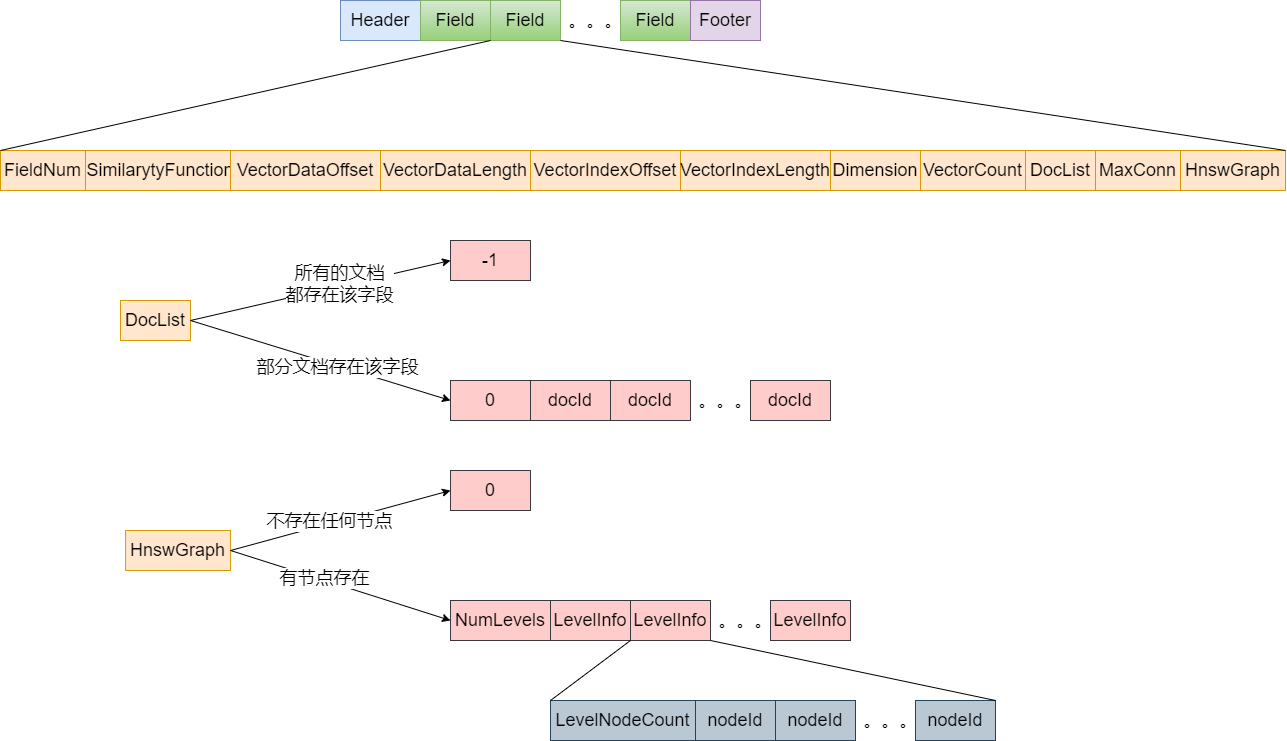
The draw.io diagram .settings/vem向量元信息文件结构.drawio.png in zjcDM/MRMD, before a commit. Source tidied: cells renumbered, new cells last; positions are measured from the earlier drawing's top-left corner, leaving out a move shared by most shapes. The source it was exported from:
```xml
<mxGraphModel>
  <root>
    <mxCell id="0" />
    <mxCell id="1" parent="0" />
    <mxCell id="2" value="&lt;font style=&quot;font-size: 18px&quot;&gt;0&lt;/font&gt;" style="rounded=0;whiteSpace=wrap;html=1;fillColor=#ffcccc;strokeColor=#36393d;" parent="1" vertex="1">
      <mxGeometry x="450" y="380" width="80" height="40" as="geometry" />
    </mxCell>
    <mxCell id="3" value="&lt;font style=&quot;font-size: 18px&quot;&gt;Dimension&lt;/font&gt;" style="rounded=0;whiteSpace=wrap;html=1;fillColor=#ffe6cc;strokeColor=#d79b00;" parent="1" vertex="1">
      <mxGeometry x="830" y="150" width="90" height="40" as="geometry" />
    </mxCell>
    <mxCell id="4" value="&lt;span style=&quot;font-size: 18px&quot;&gt;VectorCount&lt;/span&gt;" style="rounded=0;whiteSpace=wrap;html=1;fillColor=#ffe6cc;strokeColor=#d79b00;" parent="1" vertex="1">
      <mxGeometry x="920" y="150" width="105" height="40" as="geometry" />
    </mxCell>
    <mxCell id="5" value="&lt;font style=&quot;font-size: 18px&quot;&gt;Header&lt;/font&gt;" style="rounded=0;whiteSpace=wrap;html=1;fillColor=#dae8fc;strokeColor=#6c8ebf;" parent="1" vertex="1">
      <mxGeometry x="340" width="80" height="40" as="geometry" />
    </mxCell>
    <mxCell id="6" value="&lt;font style=&quot;font-size: 18px&quot;&gt;FieldNum&lt;/font&gt;" style="rounded=0;whiteSpace=wrap;html=1;fillColor=#ffe6cc;strokeColor=#d79b00;" parent="1" vertex="1">
      <mxGeometry y="150" width="85" height="40" as="geometry" />
    </mxCell>
    <mxCell id="7" value="&lt;font style=&quot;font-size: 18px&quot;&gt;SimilarytyFunction&lt;/font&gt;" style="rounded=0;whiteSpace=wrap;html=1;fillColor=#ffe6cc;strokeColor=#d79b00;" parent="1" vertex="1">
      <mxGeometry x="85" y="150" width="150" height="40" as="geometry" />
    </mxCell>
    <mxCell id="8" value="&lt;font style=&quot;font-size: 18px&quot;&gt;Field&lt;/font&gt;" style="rounded=0;whiteSpace=wrap;html=1;fillColor=#d5e8d4;strokeColor=#82b366;gradientColor=#97d077;" parent="1" vertex="1">
      <mxGeometry x="420" width="70" height="40" as="geometry" />
    </mxCell>
    <mxCell id="9" value="&lt;font style=&quot;font-size: 18px&quot;&gt;Field&lt;/font&gt;" style="rounded=0;whiteSpace=wrap;html=1;fillColor=#d5e8d4;strokeColor=#82b366;gradientColor=#97d077;" parent="1" vertex="1">
      <mxGeometry x="490" width="70" height="40" as="geometry" />
    </mxCell>
    <mxCell id="10" value="&lt;font style=&quot;font-size: 18px&quot;&gt;Field&lt;/font&gt;" style="rounded=0;whiteSpace=wrap;html=1;fillColor=#d5e8d4;strokeColor=#82b366;gradientColor=#97d077;" parent="1" vertex="1">
      <mxGeometry x="620" width="70" height="40" as="geometry" />
    </mxCell>
    <mxCell id="11" value="&lt;font style=&quot;font-size: 18px&quot;&gt;。。。&lt;/font&gt;" style="text;html=1;align=center;verticalAlign=middle;strokeColor=none;fillColor=none;" parent="1" vertex="1">
      <mxGeometry x="560" y="10" width="70" height="20" as="geometry" />
    </mxCell>
    <mxCell id="12" value="&lt;font style=&quot;font-size: 18px&quot;&gt;Footer&lt;/font&gt;" style="rounded=0;whiteSpace=wrap;html=1;fillColor=#e1d5e7;strokeColor=#9673a6;" parent="1" vertex="1">
      <mxGeometry x="690" width="70" height="40" as="geometry" />
    </mxCell>
    <mxCell id="13" value="&lt;span style=&quot;font-size: 18px&quot;&gt;VectorDataOffset&lt;/span&gt;" style="rounded=0;whiteSpace=wrap;html=1;fillColor=#ffe6cc;strokeColor=#d79b00;" parent="1" vertex="1">
      <mxGeometry x="230" y="150" width="150" height="40" as="geometry" />
    </mxCell>
    <mxCell id="14" value="&lt;span style=&quot;font-size: 18px&quot;&gt;VectorDataLength&lt;/span&gt;" style="rounded=0;whiteSpace=wrap;html=1;fillColor=#ffe6cc;strokeColor=#d79b00;" parent="1" vertex="1">
      <mxGeometry x="380" y="150" width="150" height="40" as="geometry" />
    </mxCell>
    <mxCell id="15" value="&lt;span style=&quot;font-size: 18px&quot;&gt;VectorIndexOffset&lt;/span&gt;" style="rounded=0;whiteSpace=wrap;html=1;fillColor=#ffe6cc;strokeColor=#d79b00;" parent="1" vertex="1">
      <mxGeometry x="530" y="150" width="150" height="40" as="geometry" />
    </mxCell>
    <mxCell id="16" value="&lt;span style=&quot;font-size: 18px&quot;&gt;VectorIndexLength&lt;/span&gt;" style="rounded=0;whiteSpace=wrap;html=1;fillColor=#ffe6cc;strokeColor=#d79b00;" parent="1" vertex="1">
      <mxGeometry x="680" y="150" width="150" height="40" as="geometry" />
    </mxCell>
    <mxCell id="17" value="&lt;span style=&quot;font-size: 18px&quot;&gt;DocList&lt;/span&gt;" style="rounded=0;whiteSpace=wrap;html=1;fillColor=#ffe6cc;strokeColor=#d79b00;" parent="1" vertex="1">
      <mxGeometry x="1025" y="150" width="70" height="40" as="geometry" />
    </mxCell>
    <mxCell id="18" value="&lt;font style=&quot;font-size: 18px&quot;&gt;docId&lt;/font&gt;" style="rounded=0;whiteSpace=wrap;html=1;fillColor=#ffcccc;strokeColor=#36393d;" parent="1" vertex="1">
      <mxGeometry x="530" y="380" width="80" height="40" as="geometry" />
    </mxCell>
    <mxCell id="19" value="&lt;span style=&quot;font-size: 18px&quot;&gt;MaxConn&lt;/span&gt;" style="rounded=0;whiteSpace=wrap;html=1;fillColor=#ffe6cc;strokeColor=#d79b00;" parent="1" vertex="1">
      <mxGeometry x="1095" y="150" width="85" height="40" as="geometry" />
    </mxCell>
    <mxCell id="20" value="&lt;span style=&quot;font-size: 18px&quot;&gt;HnswGraph&lt;/span&gt;" style="rounded=0;whiteSpace=wrap;html=1;fillColor=#ffe6cc;strokeColor=#d79b00;" parent="1" vertex="1">
      <mxGeometry x="1180" y="150" width="105" height="40" as="geometry" />
    </mxCell>
    <mxCell id="21" style="endArrow=none;html=1;rounded=0;fontSize=18;exitX=0;exitY=0;exitDx=0;exitDy=0;" parent="1" edge="1" source="6">
      <mxGeometry relative="1" as="geometry">
        <mxPoint x="490" y="40" as="targetPoint" />
      </mxGeometry>
    </mxCell>
    <mxCell id="22" style="endArrow=none;html=1;rounded=0;fontSize=18;exitX=1;exitY=0;exitDx=0;exitDy=0;" parent="1" edge="1" source="20">
      <mxGeometry relative="1" as="geometry">
        <mxPoint x="560" y="40" as="targetPoint" />
      </mxGeometry>
    </mxCell>
    <mxCell id="23" value="&lt;font style=&quot;font-size: 18px&quot;&gt;-1&lt;/font&gt;" style="rounded=0;whiteSpace=wrap;html=1;fillColor=#ffcccc;strokeColor=#36393d;" parent="1" vertex="1">
      <mxGeometry x="450" y="240" width="80" height="40" as="geometry" />
    </mxCell>
    <mxCell id="24" value="&lt;font style=&quot;font-size: 18px&quot;&gt;docId&lt;/font&gt;" style="rounded=0;whiteSpace=wrap;html=1;fillColor=#ffcccc;strokeColor=#36393d;" parent="1" vertex="1">
      <mxGeometry x="610" y="380" width="80" height="40" as="geometry" />
    </mxCell>
    <mxCell id="25" value="&lt;font style=&quot;font-size: 18px&quot;&gt;docId&lt;/font&gt;" style="rounded=0;whiteSpace=wrap;html=1;fillColor=#ffcccc;strokeColor=#36393d;" parent="1" vertex="1">
      <mxGeometry x="750" y="380" width="80" height="40" as="geometry" />
    </mxCell>
    <mxCell id="26" value="&lt;font style=&quot;font-size: 18px&quot;&gt;。。。&lt;/font&gt;" style="text;html=1;align=center;verticalAlign=middle;strokeColor=none;fillColor=none;" parent="1" vertex="1">
      <mxGeometry x="690" y="390" width="70" height="20" as="geometry" />
    </mxCell>
    <mxCell id="27" value="&lt;font style=&quot;font-size: 18px&quot;&gt;NumLevels&lt;/font&gt;" style="rounded=0;whiteSpace=wrap;html=1;fillColor=#ffcccc;strokeColor=#36393d;" parent="1" vertex="1">
      <mxGeometry x="450" y="600" width="100" height="40" as="geometry" />
    </mxCell>
    <mxCell id="28" value="&lt;font style=&quot;font-size: 18px&quot;&gt;LevelInfo&lt;/font&gt;" style="rounded=0;whiteSpace=wrap;html=1;fillColor=#ffcccc;strokeColor=#36393d;" parent="1" vertex="1">
      <mxGeometry x="550" y="600" width="80" height="40" as="geometry" />
    </mxCell>
    <mxCell id="29" value="&lt;font style=&quot;font-size: 18px&quot;&gt;0&lt;/font&gt;" style="rounded=0;whiteSpace=wrap;html=1;fillColor=#ffcccc;strokeColor=#36393d;" parent="1" vertex="1">
      <mxGeometry x="450" y="470" width="80" height="40" as="geometry" />
    </mxCell>
    <mxCell id="30" value="&lt;font style=&quot;font-size: 18px&quot;&gt;。。。&lt;/font&gt;" style="text;html=1;align=center;verticalAlign=middle;strokeColor=none;fillColor=none;" parent="1" vertex="1">
      <mxGeometry x="710" y="610" width="70" height="20" as="geometry" />
    </mxCell>
    <mxCell id="31" value="&lt;font style=&quot;font-size: 18px&quot;&gt;LevelInfo&lt;/font&gt;" style="rounded=0;whiteSpace=wrap;html=1;fillColor=#ffcccc;strokeColor=#36393d;" parent="1" vertex="1">
      <mxGeometry x="630" y="600" width="80" height="40" as="geometry" />
    </mxCell>
    <mxCell id="32" value="&lt;font style=&quot;font-size: 18px&quot;&gt;LevelInfo&lt;/font&gt;" style="rounded=0;whiteSpace=wrap;html=1;fillColor=#ffcccc;strokeColor=#36393d;" parent="1" vertex="1">
      <mxGeometry x="770" y="600" width="80" height="40" as="geometry" />
    </mxCell>
    <mxCell id="33" value="&lt;span style=&quot;font-size: 18px&quot;&gt;DocList&lt;/span&gt;" style="rounded=0;whiteSpace=wrap;html=1;fillColor=#ffe6cc;strokeColor=#d79b00;" parent="1" vertex="1">
      <mxGeometry x="120" y="300" width="70" height="40" as="geometry" />
    </mxCell>
    <mxCell id="34" value="&lt;span style=&quot;font-size: 18px&quot;&gt;HnswGraph&lt;/span&gt;" style="rounded=0;whiteSpace=wrap;html=1;fillColor=#ffe6cc;strokeColor=#d79b00;" parent="1" vertex="1">
      <mxGeometry x="125.1" y="530" width="105" height="40" as="geometry" />
    </mxCell>
    <mxCell id="35" style="endArrow=classic;html=1;rounded=0;fontSize=18;entryX=0;entryY=0.5;entryDx=0;entryDy=0;" parent="1" edge="1" target="23">
      <mxGeometry relative="1" as="geometry">
        <mxPoint x="190" y="320" as="sourcePoint" />
      </mxGeometry>
    </mxCell>
    <mxCell id="36" value="所有的文档&lt;br&gt;都存在该字段" style="edgeLabel;html=1;align=center;verticalAlign=middle;fontSize=18;" parent="35" vertex="1">
      <mxGeometry x="0.15" y="2" relative="1" as="geometry" />
    </mxCell>
    <mxCell id="37" style="endArrow=classic;html=1;rounded=0;fontSize=18;entryX=0;entryY=0.5;entryDx=0;entryDy=0;" parent="1" edge="1" target="2">
      <mxGeometry relative="1" as="geometry">
        <mxPoint x="190" y="320" as="sourcePoint" />
      </mxGeometry>
    </mxCell>
    <mxCell id="38" value="部分文档存在该字段" style="edgeLabel;html=1;align=center;verticalAlign=middle;fontSize=18;" parent="37" vertex="1">
      <mxGeometry x="0.13" y="-1" relative="1" as="geometry" />
    </mxCell>
    <mxCell id="39" style="endArrow=classic;html=1;rounded=0;fontSize=18;entryX=0;entryY=0.5;entryDx=0;entryDy=0;" parent="1" edge="1" target="29">
      <mxGeometry relative="1" as="geometry">
        <mxPoint x="230.1" y="550" as="sourcePoint" />
      </mxGeometry>
    </mxCell>
    <mxCell id="40" value="不存在任何节点" style="edgeLabel;html=1;align=center;verticalAlign=middle;fontSize=18;" parent="39" vertex="1">
      <mxGeometry x="-0.1" y="2" relative="1" as="geometry" />
    </mxCell>
    <mxCell id="41" style="endArrow=classic;html=1;rounded=0;fontSize=18;entryX=0;entryY=0.5;entryDx=0;entryDy=0;" parent="1" edge="1" target="27">
      <mxGeometry relative="1" as="geometry">
        <mxPoint x="230.1" y="550" as="sourcePoint" />
      </mxGeometry>
    </mxCell>
    <mxCell id="42" value="有节点存在" style="edgeLabel;html=1;align=center;verticalAlign=middle;fontSize=18;" parent="41" vertex="1">
      <mxGeometry x="-0.16" y="2" relative="1" as="geometry" />
    </mxCell>
    <mxCell id="43" value="&lt;font style=&quot;font-size: 18px&quot;&gt;LevelNodeCount&lt;/font&gt;" style="rounded=0;whiteSpace=wrap;html=1;fillColor=#bac8d3;strokeColor=#23445d;" parent="1" vertex="1">
      <mxGeometry x="550" y="700" width="145" height="40" as="geometry" />
    </mxCell>
    <mxCell id="44" value="&lt;font style=&quot;font-size: 18px&quot;&gt;nodeId&lt;/font&gt;" style="rounded=0;whiteSpace=wrap;html=1;fillColor=#bac8d3;strokeColor=#23445d;" parent="1" vertex="1">
      <mxGeometry x="695" y="700" width="80" height="40" as="geometry" />
    </mxCell>
    <mxCell id="45" value="&lt;span style=&quot;font-size: 18px&quot;&gt;nodeId&lt;/span&gt;" style="rounded=0;whiteSpace=wrap;html=1;fillColor=#bac8d3;strokeColor=#23445d;" parent="1" vertex="1">
      <mxGeometry x="775" y="700" width="80" height="40" as="geometry" />
    </mxCell>
    <mxCell id="46" value="&lt;span style=&quot;font-size: 18px&quot;&gt;nodeId&lt;/span&gt;" style="rounded=0;whiteSpace=wrap;html=1;fillColor=#bac8d3;strokeColor=#23445d;" parent="1" vertex="1">
      <mxGeometry x="915" y="700" width="80" height="40" as="geometry" />
    </mxCell>
    <mxCell id="47" value="&lt;font style=&quot;font-size: 18px&quot;&gt;。。。&lt;/font&gt;" style="text;html=1;align=center;verticalAlign=middle;strokeColor=none;fillColor=none;" parent="1" vertex="1">
      <mxGeometry x="855" y="710" width="70" height="20" as="geometry" />
    </mxCell>
    <mxCell id="48" style="endArrow=none;html=1;rounded=0;fontSize=18;exitX=0;exitY=0;exitDx=0;exitDy=0;" parent="1" edge="1" source="43">
      <mxGeometry relative="1" as="geometry">
        <mxPoint x="630" y="640" as="targetPoint" />
      </mxGeometry>
    </mxCell>
    <mxCell id="49" style="endArrow=none;html=1;rounded=0;fontSize=18;exitX=1;exitY=0;exitDx=0;exitDy=0;" parent="1" edge="1" source="46">
      <mxGeometry relative="1" as="geometry">
        <mxPoint x="710" y="640" as="targetPoint" />
      </mxGeometry>
    </mxCell>
  </root>
</mxGraphModel>
```
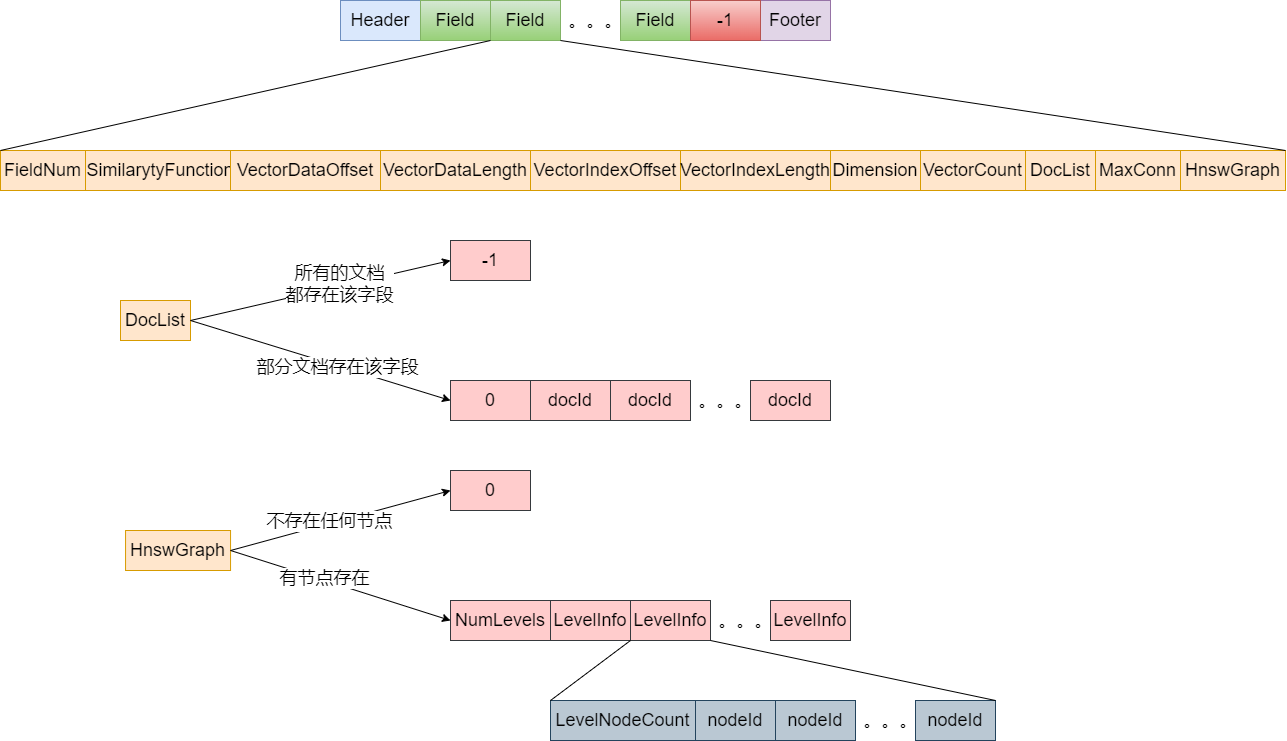
Later version of the same file.

Commit message:
更新vem向量元信息文件结构.drawio.png

The edit, as a diff of the source:
```diff
@@ -33,7 +33,7 @@
       <mxGeometry x="560" y="10" width="70" height="20" as="geometry" />
     </mxCell>
     <mxCell id="12" value="&lt;font style=&quot;font-size: 18px&quot;&gt;Footer&lt;/font&gt;" style="rounded=0;whiteSpace=wrap;html=1;fillColor=#e1d5e7;strokeColor=#9673a6;" parent="1" vertex="1">
-      <mxGeometry x="690" width="70" height="40" as="geometry" />
+      <mxGeometry x="760" width="70" height="40" as="geometry" />
     </mxCell>
     <mxCell id="13" value="&lt;span style=&quot;font-size: 18px&quot;&gt;VectorDataOffset&lt;/span&gt;" style="rounded=0;whiteSpace=wrap;html=1;fillColor=#ffe6cc;strokeColor=#d79b00;" parent="1" vertex="1">
       <mxGeometry x="230" y="150" width="150" height="40" as="geometry" />
@@ -162,5 +162,8 @@
         <mxPoint x="710" y="640" as="targetPoint" />
       </mxGeometry>
     </mxCell>
+    <mxCell id="50" value="&lt;font style=&quot;font-size: 18px&quot;&gt;-1&lt;/font&gt;" style="rounded=0;whiteSpace=wrap;html=1;fillColor=#f8cecc;strokeColor=#b85450;gradientColor=#ea6b66;" parent="1" vertex="1">
+      <mxGeometry x="690" width="70" height="40" as="geometry" />
+    </mxCell>
   </root>
 </mxGraphModel>
```
